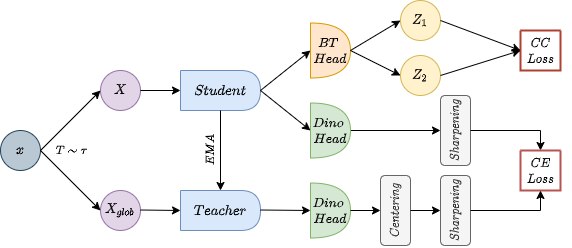
The draw.io diagram images/DinoTwins.drawio.png in ArthurZucker/DeepLearningProject, before a commit. Source tidied: cells renumbered, new cells last; positions are measured from the earlier drawing's top-left corner, leaving out a move shared by most shapes. Source of this version:
```xml
<mxGraphModel math="1">
  <root>
    <mxCell id="0" />
    <mxCell id="1" parent="0" />
    <mxCell id="2" value="$$X$$" style="ellipse;whiteSpace=wrap;html=1;fillColor=#e1d5e7;strokeColor=#9673a6;" parent="1" vertex="1">
      <mxGeometry x="100" y="70" width="40" height="40" as="geometry" />
    </mxCell>
    <mxCell id="3" value="&lt;span&gt;$$X_{glob}$$&lt;/span&gt;" style="ellipse;whiteSpace=wrap;html=1;align=center;fillColor=#e1d5e7;strokeColor=#9673a6;" parent="1" vertex="1">
      <mxGeometry x="100" y="190" width="40" height="40" as="geometry" />
    </mxCell>
    <mxCell id="4" value="$$x$$" style="ellipse;whiteSpace=wrap;html=1;fillColor=#bac8d3;strokeColor=#23445d;" parent="1" vertex="1">
      <mxGeometry y="130" width="40" height="40" as="geometry" />
    </mxCell>
    <mxCell id="5" style="endArrow=classic;html=1;rounded=0;entryX=0;entryY=0.5;entryDx=0;entryDy=0;exitX=1;exitY=0.5;exitDx=0;exitDy=0;" parent="1" edge="1" source="4" target="2">
      <mxGeometry relative="1" as="geometry" />
    </mxCell>
    <mxCell id="6" style="endArrow=classic;html=1;rounded=0;entryX=0;entryY=0.5;entryDx=0;entryDy=0;exitX=1;exitY=0.5;exitDx=0;exitDy=0;" parent="1" edge="1" source="4" target="3">
      <mxGeometry relative="1" as="geometry" />
    </mxCell>
    <mxCell id="7" value="$$Student$$" style="shape=delay;whiteSpace=wrap;html=1;fillColor=#dae8fc;strokeColor=#6c8ebf;" parent="1" vertex="1">
      <mxGeometry x="180" y="70" width="80" height="40" as="geometry" />
    </mxCell>
    <mxCell id="8" value="$$Teacher$$" style="shape=delay;whiteSpace=wrap;html=1;fillColor=#dae8fc;strokeColor=#6c8ebf;" parent="1" vertex="1">
      <mxGeometry x="180" y="190" width="80" height="40" as="geometry" />
    </mxCell>
    <mxCell id="9" style="endArrow=classic;html=1;rounded=0;exitX=1;exitY=0.5;exitDx=0;exitDy=0;entryX=0;entryY=0.5;entryDx=0;entryDy=0;" parent="1" edge="1" source="2" target="7">
      <mxGeometry relative="1" as="geometry" />
    </mxCell>
    <mxCell id="10" style="endArrow=classic;html=1;rounded=0;exitX=1;exitY=0.5;exitDx=0;exitDy=0;entryX=0;entryY=0.5;entryDx=0;entryDy=0;" parent="1" edge="1" target="8">
      <mxGeometry relative="1" as="geometry">
        <mxPoint x="140" y="209.5" as="sourcePoint" />
      </mxGeometry>
    </mxCell>
    <mxCell id="11" value="&lt;font style=&quot;font-size: 11px&quot;&gt;$$Dino \;\\&lt;br&gt;Head$$&lt;/font&gt;" style="shape=or;whiteSpace=wrap;html=1;fillColor=#d5e8d4;strokeColor=#82b366;" parent="1" vertex="1">
      <mxGeometry x="310" y="182.5" width="40" height="55" as="geometry" />
    </mxCell>
    <mxCell id="12" style="endArrow=classic;html=1;rounded=0;exitX=1;exitY=0.5;exitDx=0;exitDy=0;entryX=0;entryY=0.5;entryDx=0;entryDy=0;entryPerimeter=0;" parent="1" edge="1" target="11">
      <mxGeometry relative="1" as="geometry">
        <mxPoint x="260" y="209.5" as="sourcePoint" />
      </mxGeometry>
    </mxCell>
    <mxCell id="13" style="endArrow=classic;html=1;rounded=0;entryX=0;entryY=0.5;entryDx=0;entryDy=0;entryPerimeter=0;exitX=1;exitY=0.5;exitDx=0;exitDy=0;" parent="1" edge="1" source="7" target="22">
      <mxGeometry relative="1" as="geometry" />
    </mxCell>
    <mxCell id="14" style="endArrow=classic;html=1;rounded=0;entryX=0;entryY=0.5;entryDx=0;entryDy=0;entryPerimeter=0;exitX=1;exitY=0.5;exitDx=0;exitDy=0;" parent="1" edge="1" source="7" target="21">
      <mxGeometry relative="1" as="geometry" />
    </mxCell>
    <mxCell id="15" value="&lt;span style=&quot;font-size: 10px&quot;&gt;$$Centering$$&lt;/span&gt;" style="rounded=1;whiteSpace=wrap;html=1;direction=north;rotation=0;flipH=1;verticalAlign=middle;horizontal=0;align=center;fillColor=#f5f5f5;strokeColor=#666666;fontColor=#333333;" parent="1" vertex="1">
      <mxGeometry x="380" y="175" width="30" height="70" as="geometry" />
    </mxCell>
    <mxCell id="16" value="&lt;span style=&quot;font-size: 10px&quot;&gt;$$Sharpening$$&lt;/span&gt;" style="rounded=1;whiteSpace=wrap;html=1;direction=north;rotation=0;flipH=1;verticalAlign=middle;horizontal=0;align=center;fillColor=#f5f5f5;strokeColor=#666666;fontColor=#333333;" parent="1" vertex="1">
      <mxGeometry x="440" y="175" width="30" height="70" as="geometry" />
    </mxCell>
    <mxCell id="17" value="&lt;font style=&quot;font-size: 10px&quot;&gt;$$Sharpening$$&lt;/font&gt;" style="rounded=1;whiteSpace=wrap;html=1;direction=north;rotation=0;flipH=1;verticalAlign=middle;horizontal=0;align=center;fillColor=#f5f5f5;strokeColor=#666666;fontColor=#333333;" parent="1" vertex="1">
      <mxGeometry x="440" y="95" width="30" height="70" as="geometry" />
    </mxCell>
    <mxCell id="18" style="endArrow=classic;html=1;rounded=0;exitX=1;exitY=0.5;exitDx=0;exitDy=0;entryX=0.5;entryY=0;entryDx=0;entryDy=0;exitPerimeter=0;" parent="1" edge="1" source="21" target="17">
      <mxGeometry relative="1" as="geometry" />
    </mxCell>
    <mxCell id="19" style="endArrow=classic;html=1;rounded=0;exitX=1;exitY=0.5;exitDx=0;exitDy=0;entryX=0.5;entryY=0;entryDx=0;entryDy=0;exitPerimeter=0;" parent="1" edge="1" source="11" target="15">
      <mxGeometry relative="1" as="geometry" />
    </mxCell>
    <mxCell id="20" style="endArrow=classic;html=1;rounded=0;entryX=0.5;entryY=0;entryDx=0;entryDy=0;exitX=0.5;exitY=1;exitDx=0;exitDy=0;" parent="1" edge="1" source="15" target="16">
      <mxGeometry relative="1" as="geometry" />
    </mxCell>
    <mxCell id="21" value="&lt;font style=&quot;font-size: 11px&quot;&gt;$$Dino \;\\&lt;br&gt;Head$$&lt;/font&gt;" style="shape=or;whiteSpace=wrap;html=1;fillColor=#d5e8d4;strokeColor=#82b366;" parent="1" vertex="1">
      <mxGeometry x="310" y="102.5" width="40" height="55" as="geometry" />
    </mxCell>
    <mxCell id="22" value="&lt;font style=&quot;font-size: 11px&quot;&gt;$$BT \;\\&lt;br&gt;Head$$&lt;/font&gt;" style="shape=or;whiteSpace=wrap;html=1;fillColor=#ffe6cc;strokeColor=#d79b00;" parent="1" vertex="1">
      <mxGeometry x="310" y="22.5" width="40" height="55" as="geometry" />
    </mxCell>
    <mxCell id="23" style="endArrow=classic;html=1;rounded=0;entryX=0;entryY=0.5;entryDx=0;entryDy=0;exitX=1;exitY=0.5;exitDx=0;exitDy=0;exitPerimeter=0;" parent="1" edge="1" source="22" target="28">
      <mxGeometry relative="1" as="geometry" />
    </mxCell>
    <mxCell id="24" style="swimlane;startSize=0;fontSize=11;fontStyle=0;verticalAlign=top;fillColor=#fad9d5;strokeColor=#ae4132;strokeWidth=2;" parent="1" vertex="1">
      <mxGeometry x="520" y="30" width="40" height="40" as="geometry" />
    </mxCell>
    <mxCell id="25" style="endArrow=classic;html=1;rounded=0;exitX=0.5;exitY=1;exitDx=0;exitDy=0;entryX=0.5;entryY=0;entryDx=0;entryDy=0;" parent="1" edge="1" source="17" target="26">
      <mxGeometry relative="1" as="geometry">
        <Array as="points">
          <mxPoint x="540" y="130" />
        </Array>
      </mxGeometry>
    </mxCell>
    <mxCell id="26" style="swimlane;startSize=0;fontSize=11;fontStyle=0;verticalAlign=top;fillColor=#f8cecc;strokeColor=#b85450;strokeWidth=2;" parent="1" vertex="1">
      <mxGeometry x="520" y="150" width="40" height="40" as="geometry" />
    </mxCell>
    <mxCell id="27" style="endArrow=classic;html=1;rounded=0;exitX=0.5;exitY=1;exitDx=0;exitDy=0;entryX=0.5;entryY=1;entryDx=0;entryDy=0;" parent="1" edge="1" source="16" target="26">
      <mxGeometry relative="1" as="geometry">
        <Array as="points">
          <mxPoint x="540" y="210" />
        </Array>
      </mxGeometry>
    </mxCell>
    <mxCell id="28" value="$$Z_1$$" style="ellipse;whiteSpace=wrap;html=1;fillColor=#fff2cc;strokeColor=#d6b656;" parent="1" vertex="1">
      <mxGeometry x="400" width="40" height="40" as="geometry" />
    </mxCell>
    <mxCell id="29" value="$$Z_2$$" style="ellipse;whiteSpace=wrap;html=1;fillColor=#fff2cc;strokeColor=#d6b656;" parent="1" vertex="1">
      <mxGeometry x="400" y="55" width="40" height="40" as="geometry" />
    </mxCell>
    <mxCell id="30" style="endArrow=classic;html=1;rounded=0;exitX=1;exitY=0.5;exitDx=0;exitDy=0;entryX=0;entryY=0.5;entryDx=0;entryDy=0;exitPerimeter=0;" parent="1" edge="1" source="22" target="29">
      <mxGeometry relative="1" as="geometry" />
    </mxCell>
    <mxCell id="31" style="endArrow=classic;html=1;rounded=0;entryX=0;entryY=0.5;entryDx=0;entryDy=0;exitX=1;exitY=0.5;exitDx=0;exitDy=0;" parent="1" edge="1" source="28" target="24">
      <mxGeometry relative="1" as="geometry" />
    </mxCell>
    <mxCell id="32" style="endArrow=classic;html=1;rounded=0;entryX=0;entryY=0.5;entryDx=0;entryDy=0;exitX=1;exitY=0.5;exitDx=0;exitDy=0;" parent="1" edge="1" source="29" target="24">
      <mxGeometry relative="1" as="geometry" />
    </mxCell>
    <mxCell id="33" value="$$\;CC\\&lt;br&gt;Loss$$" style="text;html=1;align=center;verticalAlign=middle;strokeColor=none;fillColor=none;fontSize=11;fontColor=#000000;" parent="1" vertex="1">
      <mxGeometry x="510" y="35" width="60" height="30" as="geometry" />
    </mxCell>
    <mxCell id="34" value="$$\;CE\\&lt;br&gt;Loss$$" style="text;html=1;align=center;verticalAlign=middle;strokeColor=none;fillColor=none;fontSize=11;fontColor=#000000;strokeWidth=2;" parent="1" vertex="1">
      <mxGeometry x="510" y="155" width="60" height="30" as="geometry" />
    </mxCell>
    <mxCell id="35" style="endArrow=classic;html=1;rounded=0;fontSize=10;fontColor=#000000;entryX=0.5;entryY=0;entryDx=0;entryDy=0;exitX=0.5;exitY=1;exitDx=0;exitDy=0;" parent="1" edge="1" source="7" target="8">
      <mxGeometry relative="1" as="geometry" />
    </mxCell>
    <mxCell id="36" value="$$EMA$$" style="text;html=1;align=center;verticalAlign=middle;strokeColor=none;fillColor=none;fontSize=10;fontColor=#000000;horizontal=0;" parent="1" vertex="1">
      <mxGeometry x="180" y="140" width="60" height="20" as="geometry" />
    </mxCell>
    <mxCell id="37" value="&lt;div style=&quot;text-align: left&quot;&gt;&lt;span&gt;$$T\sim \tau$$&lt;/span&gt;&lt;/div&gt;" style="text;html=1;align=center;verticalAlign=middle;strokeColor=none;fillColor=none;fontSize=10;fontColor=#000000;" parent="1" vertex="1">
      <mxGeometry x="31" y="140" width="80" height="20" as="geometry" />
    </mxCell>
  </root>
</mxGraphModel>
```
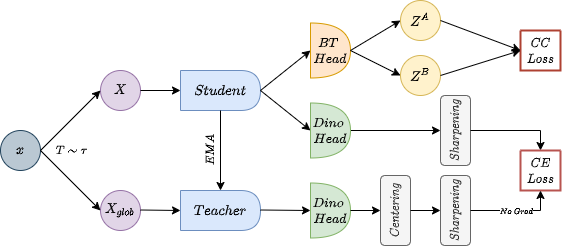
The same file after the commit.

Commit message:
readme: dino architecture + update of dinotwins architecture

What changed in the source:
```diff
@@ -85,17 +85,10 @@
     <mxCell id="26" style="swimlane;startSize=0;fontSize=11;fontStyle=0;verticalAlign=top;fillColor=#f8cecc;strokeColor=#b85450;strokeWidth=2;" parent="1" vertex="1">
       <mxGeometry x="520" y="150" width="40" height="40" as="geometry" />
     </mxCell>
-    <mxCell id="27" style="endArrow=classic;html=1;rounded=0;exitX=0.5;exitY=1;exitDx=0;exitDy=0;entryX=0.5;entryY=1;entryDx=0;entryDy=0;" parent="1" edge="1" source="16" target="26">
-      <mxGeometry relative="1" as="geometry">
-        <Array as="points">
-          <mxPoint x="540" y="210" />
-        </Array>
-      </mxGeometry>
-    </mxCell>
-    <mxCell id="28" value="$$Z_1$$" style="ellipse;whiteSpace=wrap;html=1;fillColor=#fff2cc;strokeColor=#d6b656;" parent="1" vertex="1">
+    <mxCell id="28" value="$$Z^{A}$$" style="ellipse;whiteSpace=wrap;html=1;fillColor=#fff2cc;strokeColor=#d6b656;" parent="1" vertex="1">
       <mxGeometry x="400" width="40" height="40" as="geometry" />
     </mxCell>
-    <mxCell id="29" value="$$Z_2$$" style="ellipse;whiteSpace=wrap;html=1;fillColor=#fff2cc;strokeColor=#d6b656;" parent="1" vertex="1">
+    <mxCell id="29" value="$$Z^{B}&lt;br&gt;$$" style="ellipse;whiteSpace=wrap;html=1;fillColor=#fff2cc;strokeColor=#d6b656;" parent="1" vertex="1">
       <mxGeometry x="400" y="55" width="40" height="40" as="geometry" />
     </mxCell>
     <mxCell id="30" style="endArrow=classic;html=1;rounded=0;exitX=1;exitY=0.5;exitDx=0;exitDy=0;entryX=0;entryY=0.5;entryDx=0;entryDy=0;exitPerimeter=0;" parent="1" edge="1" source="22" target="29">
@@ -122,5 +115,15 @@
     <mxCell id="37" value="&lt;div style=&quot;text-align: left&quot;&gt;&lt;span&gt;$$T\sim \tau$$&lt;/span&gt;&lt;/div&gt;" style="text;html=1;align=center;verticalAlign=middle;strokeColor=none;fillColor=none;fontSize=10;fontColor=#000000;" parent="1" vertex="1">
       <mxGeometry x="31" y="140" width="80" height="20" as="geometry" />
     </mxCell>
+    <mxCell id="27" style="endArrow=classic;html=1;rounded=0;fontSize=10;fontColor=#000000;entryX=0.5;entryY=1;entryDx=0;entryDy=0;exitX=0.5;exitY=1;exitDx=0;exitDy=0;" parent="1" edge="1" source="16" target="26">
+      <mxGeometry relative="1" as="geometry">
+        <Array as="points">
+          <mxPoint x="540" y="210" />
+        </Array>
+      </mxGeometry>
+    </mxCell>
+    <mxCell id="38" value="&lt;font style=&quot;font-size: 7px&quot;&gt;$$No \; Grad$$&lt;/font&gt;" style="edgeLabel;html=1;align=center;verticalAlign=middle;fontSize=10;fontColor=#000000;strokeWidth=2;" parent="27" vertex="1">
+      <mxGeometry relative="1" as="geometry" />
+    </mxCell>
   </root>
 </mxGraphModel>
```
